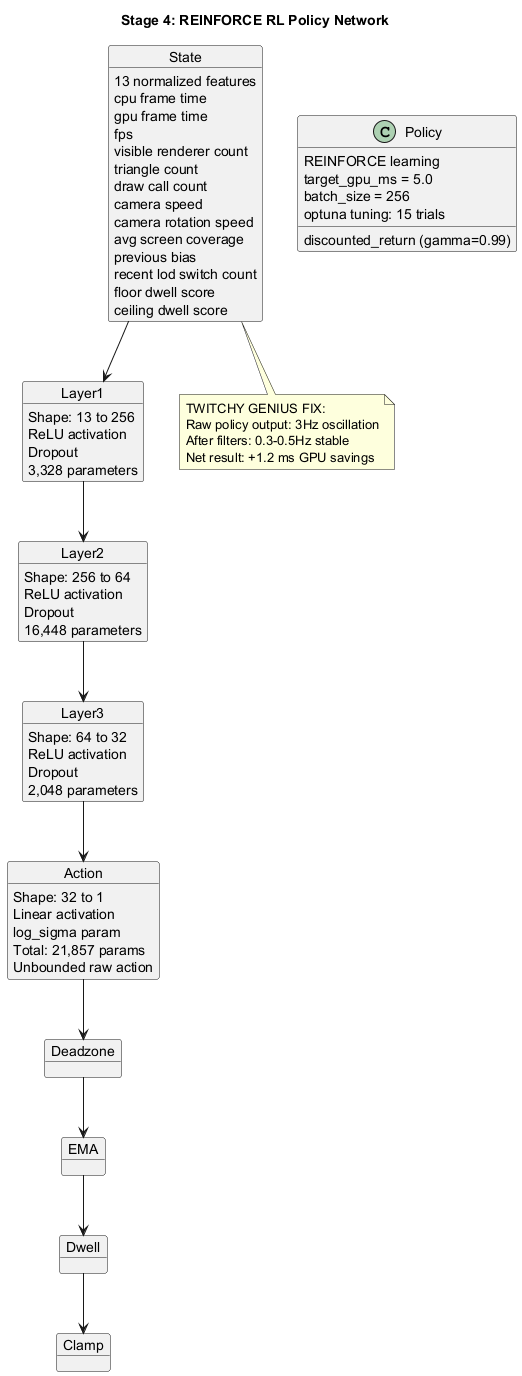
Above: ml_pipeline/Diagram/Stage_4/Stage_4_ModelArchitecture.png in Silent0Wings/neural-lod (PlantUML), before the change. Its diagram source:
```plantuml
@startuml Stage_4_ModelArchitecture

title Stage 4: REINFORCE RL Policy Network

object State
object Layer1
object Layer2
object Layer3
object Action
object Deadzone
object EMA
object Dwell
object Clamp

State : 13 normalized features
State : cpu frame time
State : gpu frame time
State : fps
State : visible renderer count
State : triangle count
State : draw call count
State : camera speed
State : camera rotation speed
State : avg screen coverage
State : previous bias
State : recent lod switch count
State : floor dwell score
State : ceiling dwell score

Layer1 : Shape: 13 to 256
Layer1 : ReLU activation
Layer1 : Dropout
Layer1 : 3,328 parameters

Layer2 : Shape: 256 to 64
Layer2 : ReLU activation
Layer2 : Dropout
Layer2 : 16,448 parameters

Layer3 : Shape: 64 to 32
Layer3 : ReLU activation
Layer3 : Dropout
Layer3 : 2,048 parameters

Action : Shape: 32 to 1
Action : Linear activation
Action : log_sigma param
Action : Total: 21,857 params
Action : Unbounded raw action

Policy : REINFORCE learning
Policy : target_gpu_ms = 5.0
Policy : discounted_return (gamma=0.99)
Policy : batch_size = 256
Policy : optuna tuning: 15 trials

State --> Layer1
Layer1 --> Layer2
Layer2 --> Layer3
Layer3 --> Action
Action --> Deadzone
Deadzone --> EMA
EMA --> Dwell
Dwell --> Clamp

note bottom of State
  TWITCHY GENIUS FIX:
  Raw policy output: 3Hz oscillation
  After filters: 0.3-0.5Hz stable
  Net result: +1.2 ms GPU savings
end note

@enduml
```
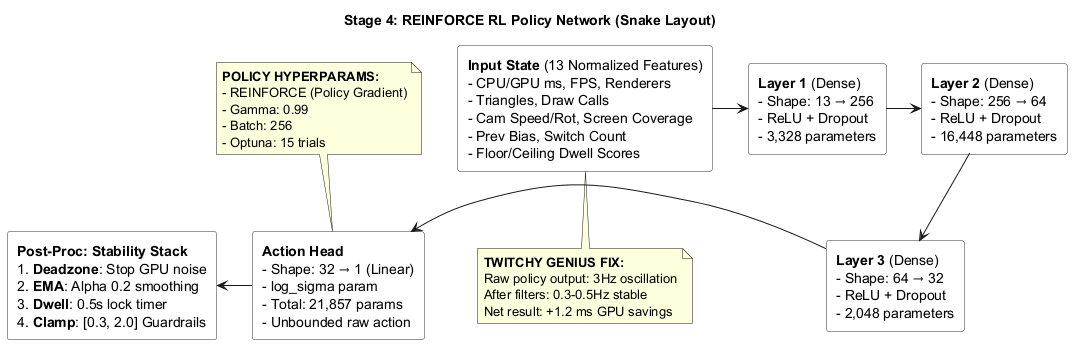
After the commit.

Change to the diagram source:
```diff
@@ -1,73 +1,49 @@
 @startuml Stage_4_ModelArchitecture
 
-title Stage 4: REINFORCE RL Policy Network
+title Stage 4: REINFORCE RL Policy Network (Snake Layout)
 
-object State
-object Layer1
-object Layer2
-object Layer3
-object Action
-object Deadzone
-object EMA
-object Dwell
-object Clamp
+skinparam componentStyle rectangle
+skinparam defaultTextAlignment left
+skinparam component {
+  BackgroundColor #FAFAFA
+  BorderColor #333
+}
 
-State : 13 normalized features
-State : cpu frame time
-State : gpu frame time
-State : fps
-State : visible renderer count
-State : triangle count
-State : draw call count
-State : camera speed
-State : camera rotation speed
-State : avg screen coverage
-State : previous bias
-State : recent lod switch count
-State : floor dwell score
-State : ceiling dwell score
 
-Layer1 : Shape: 13 to 256
-Layer1 : ReLU activation
-Layer1 : Dropout
-Layer1 : 3,328 parameters
+component "**Input State** (13 Normalized Features)\n- CPU/GPU ms, FPS, Renderers\n- Triangles, Draw Calls\n- Cam Speed/Rot, Screen Coverage\n- Prev Bias, Switch Count\n- Floor/Ceiling Dwell Scores" as State
 
-Layer2 : Shape: 256 to 64
-Layer2 : ReLU activation
-Layer2 : Dropout
-Layer2 : 16,448 parameters
+component "**Layer 1** (Dense)\n- Shape: 13 → 256\n- ReLU + Dropout\n- 3,328 parameters" as L1
 
-Layer3 : Shape: 64 to 32
-Layer3 : ReLU activation
-Layer3 : Dropout
-Layer3 : 2,048 parameters
+component "**Layer 2** (Dense)\n- Shape: 256 → 64\n- ReLU + Dropout\n- 16,448 parameters" as L2
 
-Action : Shape: 32 to 1
-Action : Linear activation
-Action : log_sigma param
-Action : Total: 21,857 params
-Action : Unbounded raw action
+component "**Layer 3** (Dense)\n- Shape: 64 → 32\n- ReLU + Dropout\n- 2,048 parameters" as L3
 
-Policy : REINFORCE learning
-Policy : target_gpu_ms = 5.0
-Policy : discounted_return (gamma=0.99)
-Policy : batch_size = 256
-Policy : optuna tuning: 15 trials
+component "**Action Head**\n- Shape: 32 → 1 (Linear)\n- log_sigma param\n- Total: 21,857 params\n- Unbounded raw action" as Action
 
-State --> Layer1
-Layer1 --> Layer2
-Layer2 --> Layer3
-Layer3 --> Action
-Action --> Deadzone
-Deadzone --> EMA
-EMA --> Dwell
-Dwell --> Clamp
+component "**Post-Proc: Stability Stack**\n1. **Deadzone**: Stop GPU noise\n2. **EMA**: Alpha 0.2 smoothing\n3. **Dwell**: 0.5s lock timer\n4. **Clamp**: [0.3, 2.0] Guardrails" as Filters
+
+
+State -r-> L1
+L1 -r-> L2
+
+L2 -d-> L3
+
+L3 -l-> Action
+Action -l-> Filters
 
 note bottom of State
-  TWITCHY GENIUS FIX:
+  **TWITCHY GENIUS FIX:**
   Raw policy output: 3Hz oscillation
   After filters: 0.3-0.5Hz stable
   Net result: +1.2 ms GPU savings
 end note
 
+note top of Action
+  **POLICY HYPERPARAMS:**
+  - REINFORCE (Policy Gradient)
+  - Gamma: 0.99
+  - Batch: 256
+  - Optuna: 15 trials
+end note
+
 @enduml
```
